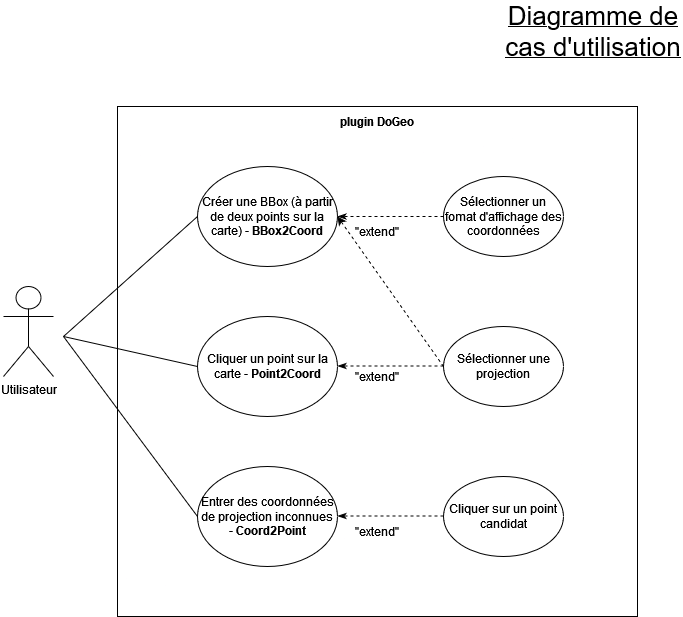
Earlier version of the draw.io export diag_UseCases.png (leonielrx/ProjetInfo_DoGeo). Source tidied: cells renumbered, new cells last; positions are measured from the earlier drawing's top-left corner, leaving out a move shared by most shapes.
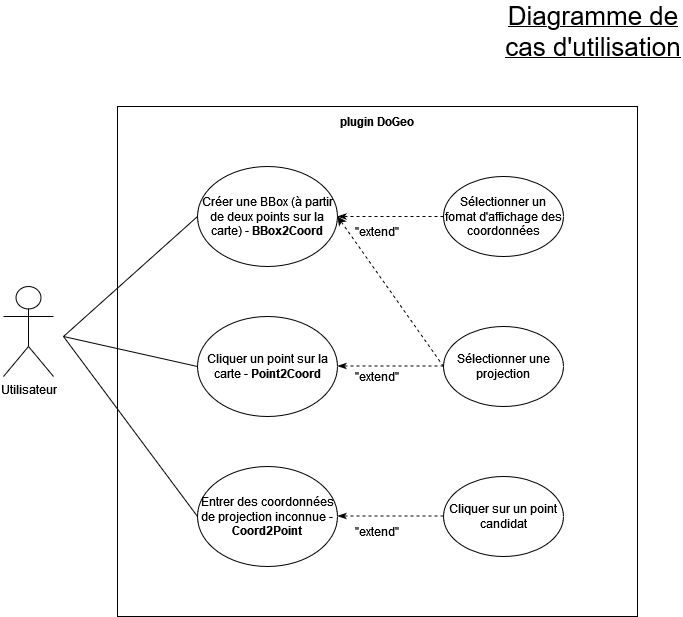
Later version of the same file.

Commit message:
Mettre à jour diag_UseCases.png

What changed in the source:
```diff
@@ -11,7 +11,7 @@
     <mxCell id="4" value="&lt;b&gt;plugin DoGeo&lt;/b&gt;" style="text;html=1;align=center;verticalAlign=middle;whiteSpace=wrap;rounded=0;" parent="1" vertex="1">
       <mxGeometry x="334" y="90" width="80" height="30" as="geometry" />
     </mxCell>
-    <mxCell id="5" value="Entrer des coordonnées de projection inconnues - &lt;b&gt;Coord2Point&lt;/b&gt;" style="ellipse;whiteSpace=wrap;html=1;" parent="1" vertex="1">
+    <mxCell id="5" value="Entrer des coordonnées de projection inconnue - &lt;b&gt;Coord2Point&lt;/b&gt;" style="ellipse;whiteSpace=wrap;html=1;" parent="1" vertex="1">
       <mxGeometry x="194" y="450" width="140" height="100" as="geometry" />
     </mxCell>
     <mxCell id="6" value="Cliquer un point sur la carte - &lt;b&gt;Point2Coord&lt;/b&gt;" style="ellipse;whiteSpace=wrap;html=1;" parent="1" vertex="1">
```
